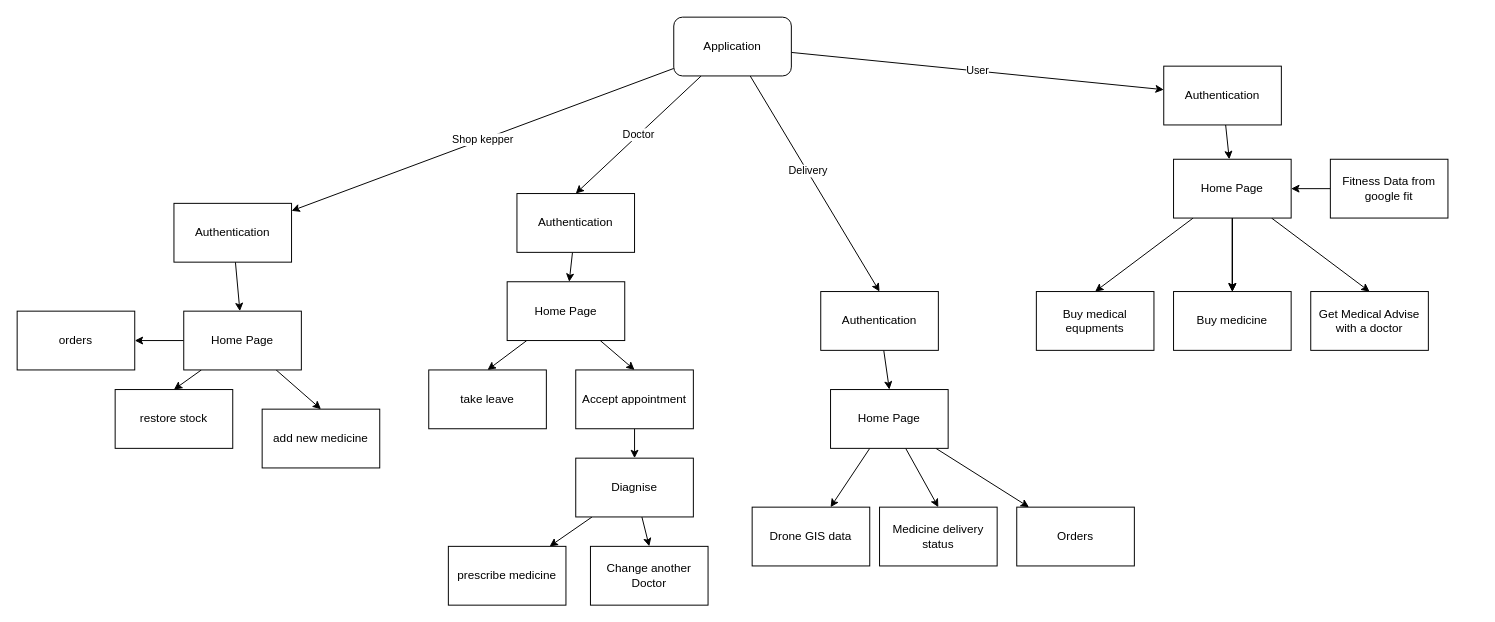
The draw.io diagram Architecture.drawio in JCKawin/Mediculture, before the edit. Source tidied: cells renumbered, new cells numbered last; positions are measured from the earlier drawing's top-left corner, leaving out a move shared by most shapes. Both pictures are drawn from the tidied source at 98%, with x=0, y=0 at pixel (17, 17).
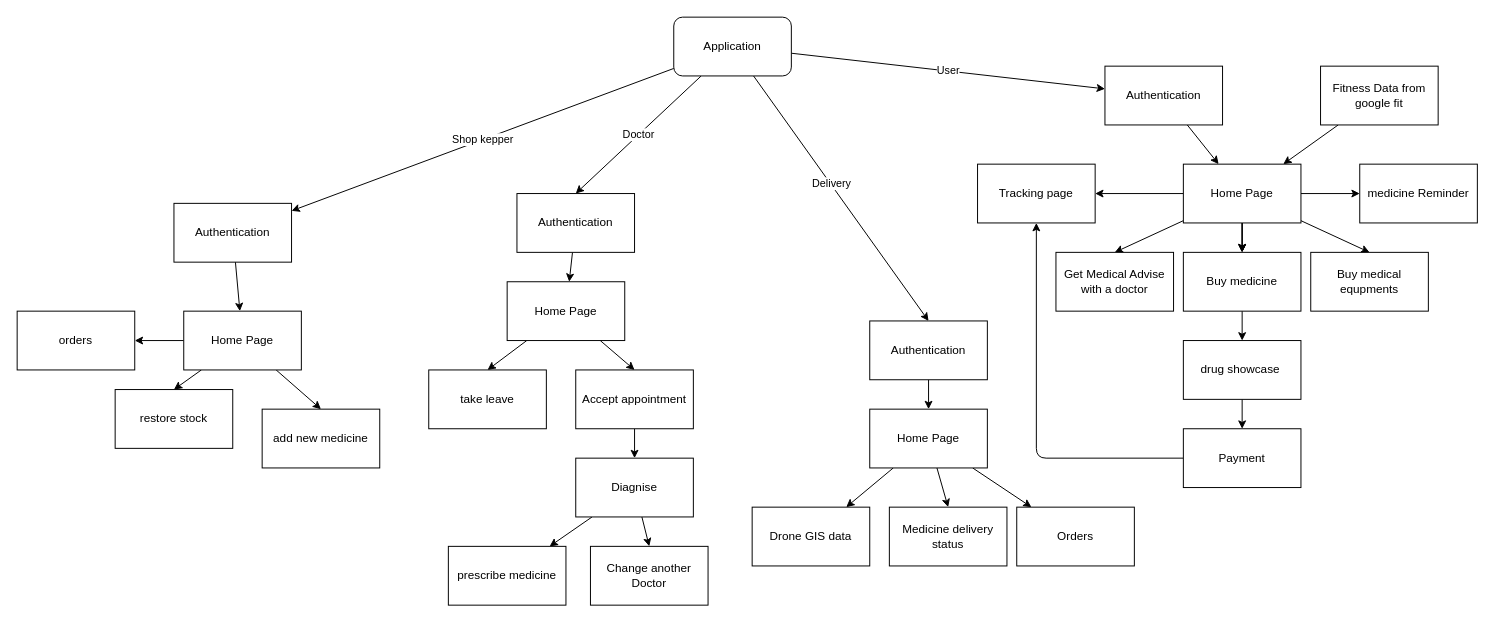
After the change.

Commit message:
added features in architecture

Change to the diagram source:
```diff
@@
     <mxCell id="9" value="Authentication" style="whiteSpace=wrap;html=1;" parent="1" vertex="1">
-      <mxGeometry x="1170" y="50" width="120" height="60" as="geometry" />
+      <mxGeometry x="1110" y="50" width="120" height="60" as="geometry" />
     </mxCell>
@@
+    <mxCell id="52" style="edgeStyle=none;html=1;" parent="1" edge="1" source="17" target="59">
+      <mxGeometry relative="1" as="geometry" />
+    </mxCell>
+    <mxCell id="53" style="edgeStyle=none;html=1;" parent="1" edge="1" source="17" target="60">
+      <mxGeometry relative="1" as="geometry" />
+    </mxCell>
     <mxCell id="17" value="Home Page" style="whiteSpace=wrap;html=1;" parent="1" vertex="1">
-      <mxGeometry x="1180" y="145" width="120" height="60" as="geometry" />
+      <mxGeometry x="1190" y="150" width="120" height="60" as="geometry" />
     </mxCell>
@@
+    <mxCell id="54" style="edgeStyle=none;html=1;" parent="1" edge="1" source="22" target="56">
+      <mxGeometry relative="1" as="geometry" />
+    </mxCell>
     <mxCell id="22" value="Buy medicine" style="whiteSpace=wrap;html=1;" parent="1" vertex="1">
-      <mxGeometry x="1180" y="280" width="120" height="60" as="geometry" />
+      <mxGeometry x="1190" y="240" width="120" height="60" as="geometry" />
     </mxCell>
     <mxCell id="23" value="Get Medical Advise with a doctor" style="whiteSpace=wrap;html=1;" parent="1" vertex="1">
-      <mxGeometry x="1320" y="280" width="120" height="60" as="geometry" />
+      <mxGeometry x="1060" y="240" width="120" height="60" as="geometry" />
     </mxCell>
     <mxCell id="24" value="Buy medical equpments" style="whiteSpace=wrap;html=1;" parent="1" vertex="1">
-      <mxGeometry x="1040" y="280" width="120" height="60" as="geometry" />
+      <mxGeometry x="1320" y="240" width="120" height="60" as="geometry" />
     </mxCell>
@@
     <mxCell id="26" value="Fitness Data from google fit" style="whiteSpace=wrap;html=1;" parent="1" vertex="1">
-      <mxGeometry x="1340" y="145" width="120" height="60" as="geometry" />
+      <mxGeometry x="1330" y="50" width="120" height="60" as="geometry" />
     </mxCell>
@@
     <mxCell id="38" value="Authentication" style="whiteSpace=wrap;html=1;" parent="1" vertex="1">
-      <mxGeometry x="820" y="280" width="120" height="60" as="geometry" />
+      <mxGeometry x="870" y="310" width="120" height="60" as="geometry" />
     </mxCell>
@@
     <mxCell id="42" value="Home Page" style="whiteSpace=wrap;html=1;" parent="1" vertex="1">
-      <mxGeometry x="830" y="380" width="120" height="60" as="geometry" />
+      <mxGeometry x="870" y="400" width="120" height="60" as="geometry" />
     </mxCell>
@@
     <mxCell id="46" value="Medicine delivery status" style="whiteSpace=wrap;html=1;" parent="1" vertex="1">
-      <mxGeometry x="880" y="500" width="120" height="60" as="geometry" />
+      <mxGeometry x="890" y="500" width="120" height="60" as="geometry" />
     </mxCell>
@@
+    <mxCell id="55" style="edgeStyle=none;html=1;" parent="1" edge="1" source="56" target="58">
+      <mxGeometry relative="1" as="geometry" />
+    </mxCell>
+    <mxCell id="56" value="drug showcase&amp;nbsp;" style="whiteSpace=wrap;html=1;" parent="1" vertex="1">
+      <mxGeometry x="1190" y="330" width="120" height="60" as="geometry" />
+    </mxCell>
+    <mxCell id="57" style="edgeStyle=orthogonalEdgeStyle;html=1;exitX=0;exitY=0.5;exitDx=0;exitDy=0;entryX=0.5;entryY=1;entryDx=0;entryDy=0;" parent="1" edge="1" source="58" target="59">
+      <mxGeometry relative="1" as="geometry" />
+    </mxCell>
+    <mxCell id="58" value="Payment" style="whiteSpace=wrap;html=1;" parent="1" vertex="1">
+      <mxGeometry x="1190" y="420" width="120" height="60" as="geometry" />
+    </mxCell>
+    <mxCell id="59" value="Tracking page" style="whiteSpace=wrap;html=1;" parent="1" vertex="1">
+      <mxGeometry x="980" y="150" width="120" height="60" as="geometry" />
+    </mxCell>
+    <mxCell id="60" value="medicine Reminder" style="whiteSpace=wrap;html=1;" parent="1" vertex="1">
+      <mxGeometry x="1370" y="150" width="120" height="60" as="geometry" />
+    </mxCell>
```
